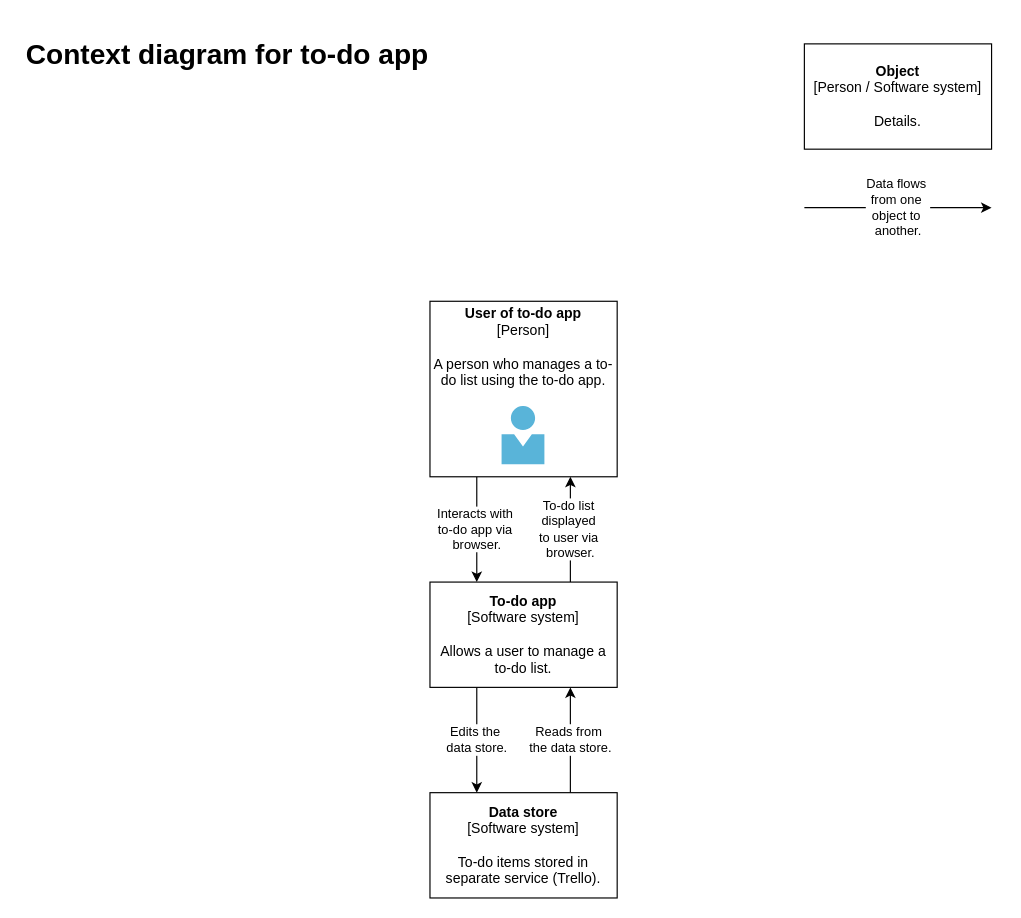
The draw.io diagram page "Context diagram" (1 of 3) of documentation/architecture-diagrams.drawio in SamSeed-Softwire/DevOps-Course-Starter, before the edit. Source tidied: cells renumbered, new cells numbered last; positions are measured from the earlier drawing's top-left corner, leaving out a move shared by most shapes. Both pictures are drawn from the tidied source at 117%, with x=0, y=0 at pixel (20, 32).
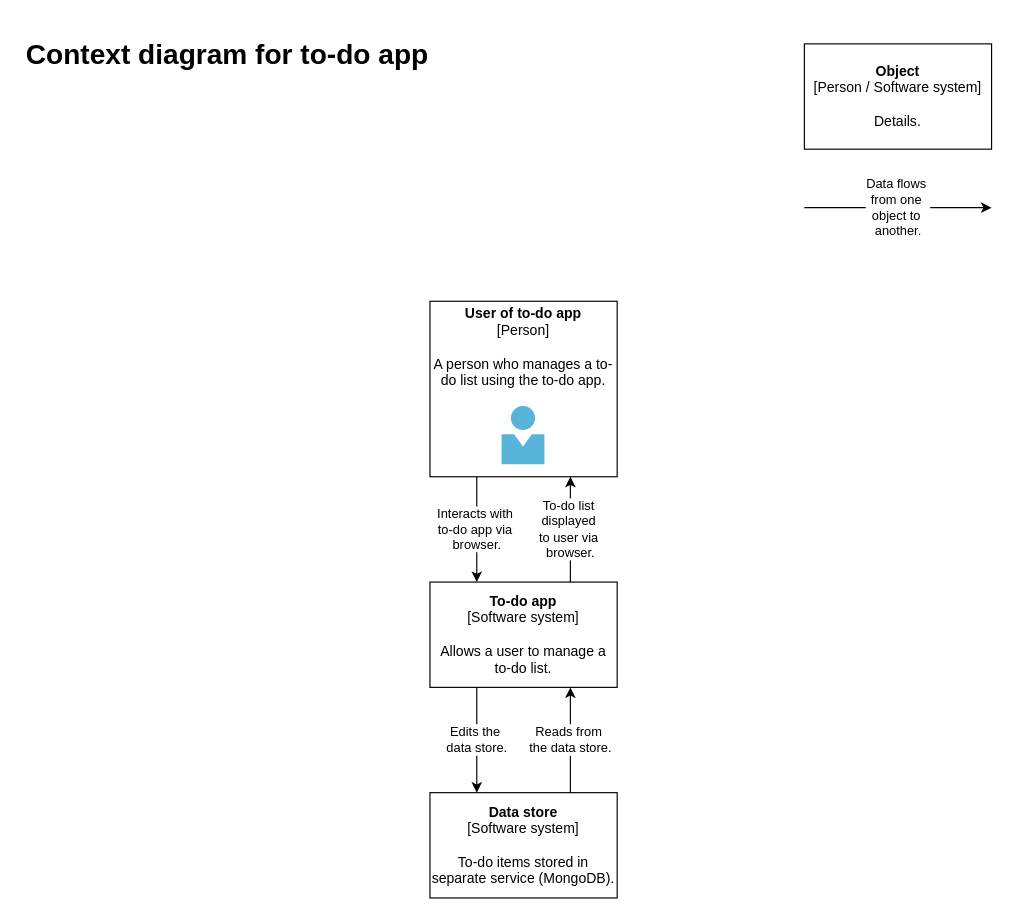
The same diagram, later.

Commit message (it also covers changes not shown here):
docs(diagrams): update diagrams from Trello to MongoDB

Change to the diagram source:
```diff
@@
 <mxGraphModel>
   <root>
     <mxCell id="0" />
     <mxCell id="1" parent="0" />
     <mxCell id="2" value="Interacts with&amp;nbsp;&lt;br&gt;to-do app via&amp;nbsp;&lt;br&gt;browser." style="endArrow=classic;html=1;exitX=0.25;exitY=1;exitDx=0;exitDy=0;entryX=0.25;entryY=0;entryDx=0;entryDy=0;" parent="1" edge="1" source="12">
       <mxGeometry relative="1" as="geometry">
         <mxPoint x="390" y="470" as="targetPoint" />
       </mxGeometry>
     </mxCell>
     <mxCell id="3" value="&lt;h1&gt;Context diagram for to-do app&lt;/h1&gt;&lt;div&gt;&lt;br&gt;&lt;/div&gt;" style="text;html=1;strokeColor=none;fillColor=none;spacing=5;spacingTop=-20;whiteSpace=wrap;overflow=hidden;rounded=0;glass=0;" parent="1" vertex="1">
       <mxGeometry width="830" height="120" as="geometry" />
     </mxCell>
     <mxCell id="4" value="Data flows&amp;nbsp;&lt;br&gt;from one&amp;nbsp;&lt;br&gt;object to&amp;nbsp;&lt;br&gt;another." style="endArrow=classic;html=1;" parent="1" edge="1">
       <mxGeometry relative="1" as="geometry">
         <mxPoint x="670" y="150" as="sourcePoint" />
         <mxPoint x="830" y="150" as="targetPoint" />
       </mxGeometry>
     </mxCell>
     <mxCell id="5" value="To-do list&amp;nbsp;&lt;br&gt;displayed&amp;nbsp;&lt;br&gt;to user via&amp;nbsp;&lt;br&gt;browser." style="edgeStyle=orthogonalEdgeStyle;rounded=0;jettySize=auto;html=1;exitX=0.75;exitY=0;exitDx=0;exitDy=0;entryX=0.75;entryY=1;entryDx=0;entryDy=0;" parent="1" edge="1" source="7" target="12">
       <mxGeometry relative="1" as="geometry" />
     </mxCell>
     <mxCell id="6" value="Edits the&amp;nbsp;&lt;br&gt;data store." style="edgeStyle=orthogonalEdgeStyle;rounded=0;jettySize=auto;html=1;exitX=0.25;exitY=1;exitDx=0;exitDy=0;entryX=0.25;entryY=0;entryDx=0;entryDy=0;" parent="1" edge="1" source="7" target="10">
       <mxGeometry relative="1" as="geometry" />
     </mxCell>
     <mxCell id="7" value="&lt;b&gt;To-do app&lt;/b&gt;&lt;br&gt;[Software system]&lt;br&gt;&lt;br&gt;Allows a user to manage a to-do list." style="rounded=0;whiteSpace=wrap;html=1;" parent="1" vertex="1">
       <mxGeometry x="350" y="470" width="160" height="90" as="geometry" />
     </mxCell>
     <mxCell id="8" value="&lt;b&gt;Object&lt;/b&gt;&lt;br&gt;[Person / Software system]&lt;br&gt;&lt;br&gt;Details." style="rounded=0;whiteSpace=wrap;html=1;" parent="1" vertex="1">
       <mxGeometry x="670" y="10" width="160" height="90" as="geometry" />
     </mxCell>
     <mxCell id="9" value="Reads from&amp;nbsp;&lt;br&gt;the data store." style="edgeStyle=orthogonalEdgeStyle;rounded=0;jettySize=auto;html=1;exitX=0.75;exitY=0;exitDx=0;exitDy=0;entryX=0.75;entryY=1;entryDx=0;entryDy=0;" parent="1" edge="1" source="10" target="7">
       <mxGeometry relative="1" as="geometry" />
     </mxCell>
-    <mxCell id="10" value="&lt;b&gt;Data store&lt;/b&gt;&lt;br&gt;[Software system]&lt;br&gt;&lt;br&gt;To-do items stored in separate service (Trello)." style="rounded=0;whiteSpace=wrap;html=1;" parent="1" vertex="1">
+    <mxCell id="10" value="&lt;b&gt;Data store&lt;/b&gt;&lt;br&gt;[Software system]&lt;br&gt;&lt;br&gt;To-do items stored in separate service (MongoDB)." style="rounded=0;whiteSpace=wrap;html=1;" parent="1" vertex="1">
       <mxGeometry x="350" y="650" width="160" height="90" as="geometry" />
     </mxCell>
     <mxCell id="11" style="group;" parent="1" vertex="1">
       <mxGeometry x="350" y="230" width="160" height="150" as="geometry" />
     </mxCell>
     <mxCell id="12" value="&lt;b&gt;User of to-do app&lt;/b&gt;&lt;br&gt;[Person]&lt;br&gt;&lt;br&gt;A person who manages a to-do list using the to-do app.&lt;br&gt;&lt;br&gt;&lt;br&gt;&lt;br&gt;&lt;br&gt;&lt;br&gt;" style="rounded=0;whiteSpace=wrap;html=1;" parent="11" vertex="1">
       <mxGeometry width="160" height="150" as="geometry" />
     </mxCell>
     <mxCell id="13" style="html=1;align=center;image;fontSize=12;image=img/lib/mscae/Person.svg;" parent="11" vertex="1">
       <mxGeometry x="61.5" y="90" width="37" height="50" as="geometry" />
     </mxCell>
   </root>
 </mxGraphModel>
```
